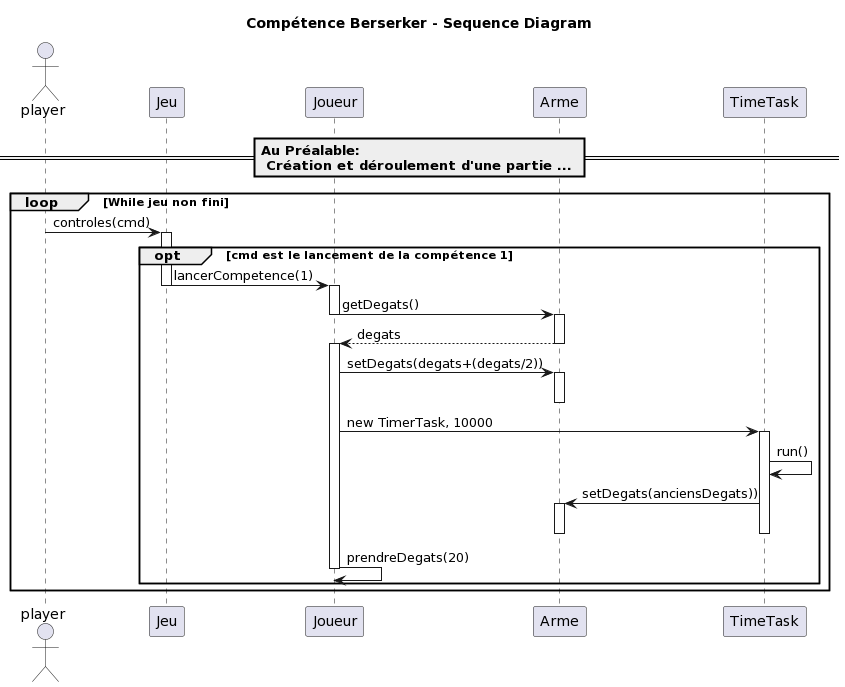
rzepka2u/ACL_daedalus keeps this PlantUML diagram as documents/sprint_2/diagramme_sequence/diagramme_sequence_competence.png. Above is the earlier version. Source of this version:
```plantuml
@startuml
title "Compétence Berserker - Sequence Diagram"

actor player as player
== Au Préalable:\n Création et déroulement d'une partie ... ==
loop While jeu non fini
	player -> Jeu : controles(cmd)
	opt cmd est le lancement de la compétence 1
		activate Jeu
		Jeu -> Joueur : lancerCompetence(1)
		deactivate Jeu
		activate Joueur
		Joueur -> Arme : getDegats()
		deactivate Joueur
		activate Arme
		Arme --> Joueur : degats
		deactivate Arme
		activate Joueur
			Joueur -> Arme : setDegats(degats+(degats/2))
			activate Arme
			deactivate Arme
				Joueur -> TimeTask : new TimerTask, 10000
				activate TimeTask
				TimeTask -> TimeTask : run()
				TimeTask -> Arme : setDegats(anciensDegats))
				activate Arme
				deactivate Arme
				deactivate TimeTask

		Joueur -> Joueur : prendreDegats(20)
		deactivate Joueur
	end
end
@enduml
```
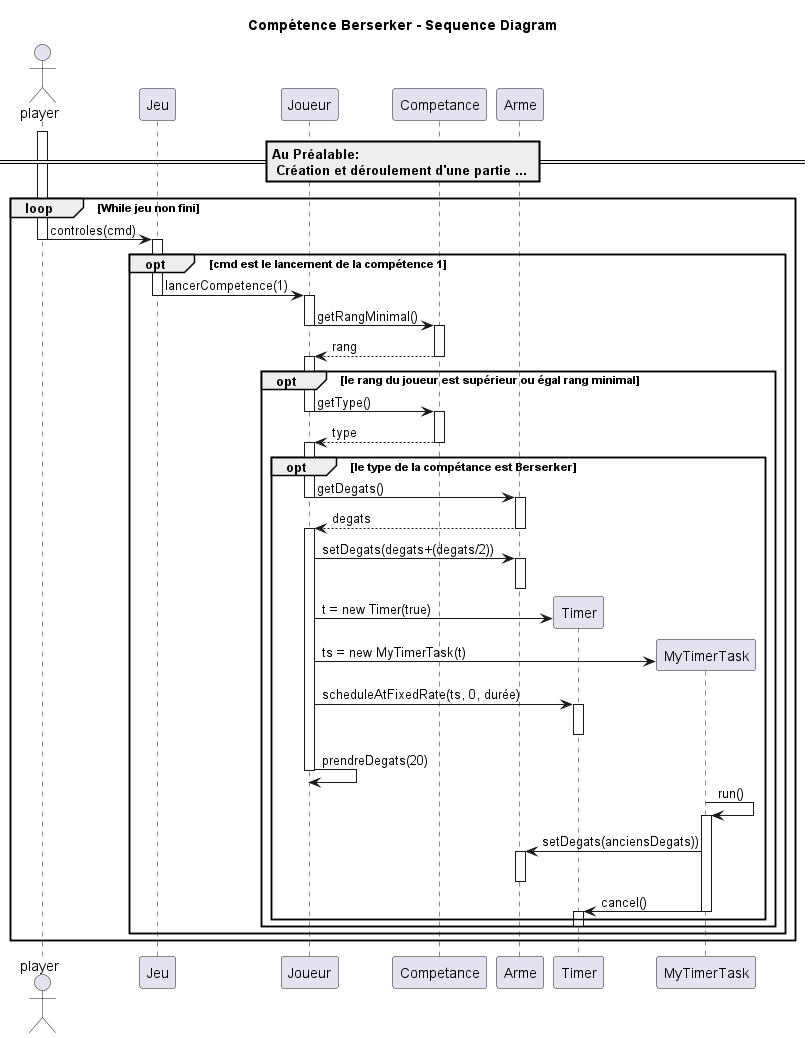
After the commit.

What changed in the source:
```diff
@@ -1,34 +1,63 @@
 @startuml
+
 title "Compétence Berserker - Sequence Diagram"
 
 actor player as player
 == Au Préalable:\n Création et déroulement d'une partie ... ==
 loop While jeu non fini
+	activate player
 	player -> Jeu : controles(cmd)
+	deactivate player
 	opt cmd est le lancement de la compétence 1
 		activate Jeu
 		Jeu -> Joueur : lancerCompetence(1)
 		deactivate Jeu
 		activate Joueur
-		Joueur -> Arme : getDegats()
+		Joueur -> Competance: getRangMinimal()
 		deactivate Joueur
-		activate Arme
-		Arme --> Joueur : degats
-		deactivate Arme
+		activate Competance
+		Joueur <-- Competance: rang
+		deactivate Competance
 		activate Joueur
-			Joueur -> Arme : setDegats(degats+(degats/2))
-			activate Arme
-			deactivate Arme
-				Joueur -> TimeTask : new TimerTask, 10000
-				activate TimeTask
-				TimeTask -> TimeTask : run()
-				TimeTask -> Arme : setDegats(anciensDegats))
+		opt le rang du joueur est supérieur ou égal rang minimal
+			Joueur -> Competance: getType()
+			deactivate Joueur
+			activate Competance
+			Joueur <-- Competance: type
+			deactivate Competance
+			activate Joueur
+			opt le type de la compétance est Berserker
+
+				Joueur -> Arme : getDegats()
+				deactivate Joueur
 				activate Arme
+				Arme --> Joueur : degats
 				deactivate Arme
-				deactivate TimeTask
+				activate Joueur
+					Joueur -> Arme : setDegats(degats+(degats/2))
 
-		Joueur -> Joueur : prendreDegats(20)
-		deactivate Joueur
+					activate Arme
+					deactivate Arme
+						create Timer
+						Joueur -> Timer: t = new Timer(true)
+						create MyTimerTask
+						Joueur -> MyTimerTask : ts = new MyTimerTask(t)
+						Joueur -> Timer: scheduleAtFixedRate(ts, 0, durée)
+						activate Timer
+						deactivate Timer
+						Joueur -> Joueur : prendreDegats(20)
+						deactivate Joueur
+						MyTimerTask -> MyTimerTask : run()
+						activate MyTimerTask
+						MyTimerTask -> Arme : setDegats(anciensDegats))
+						activate Arme
+						deactivate Arme
+						MyTimerTask -> Timer: cancel()
+						deactivate MyTimerTask
+						activate Timer
+			end
+			deactivate Timer
+		end
 	end
 end
 @enduml
```
